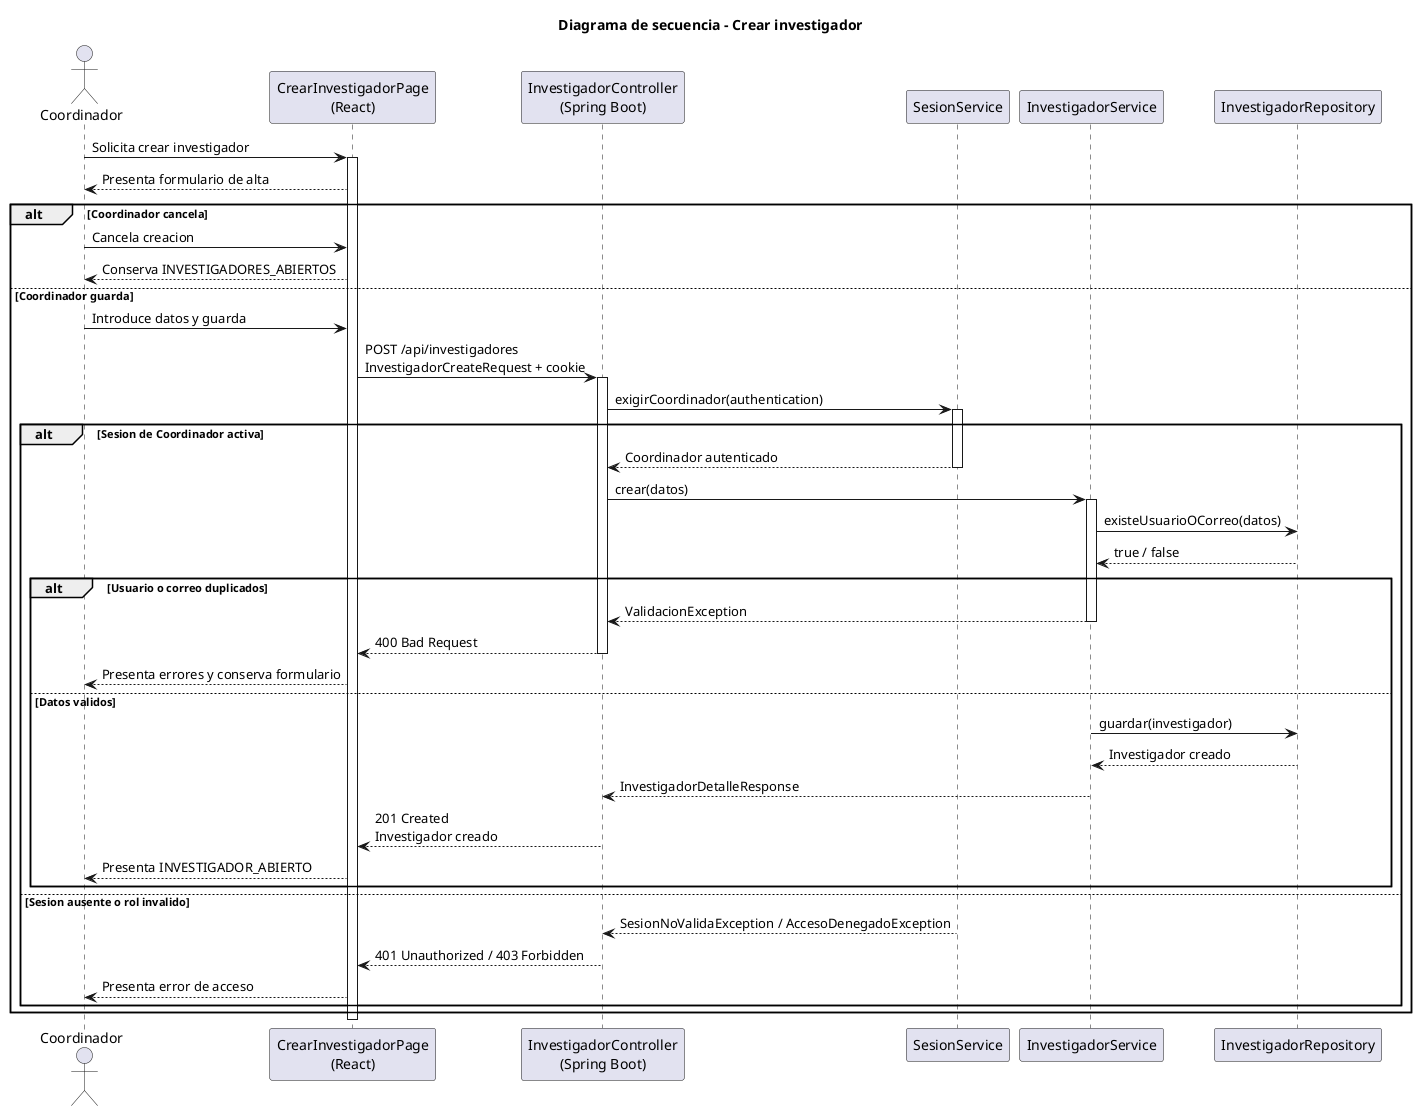
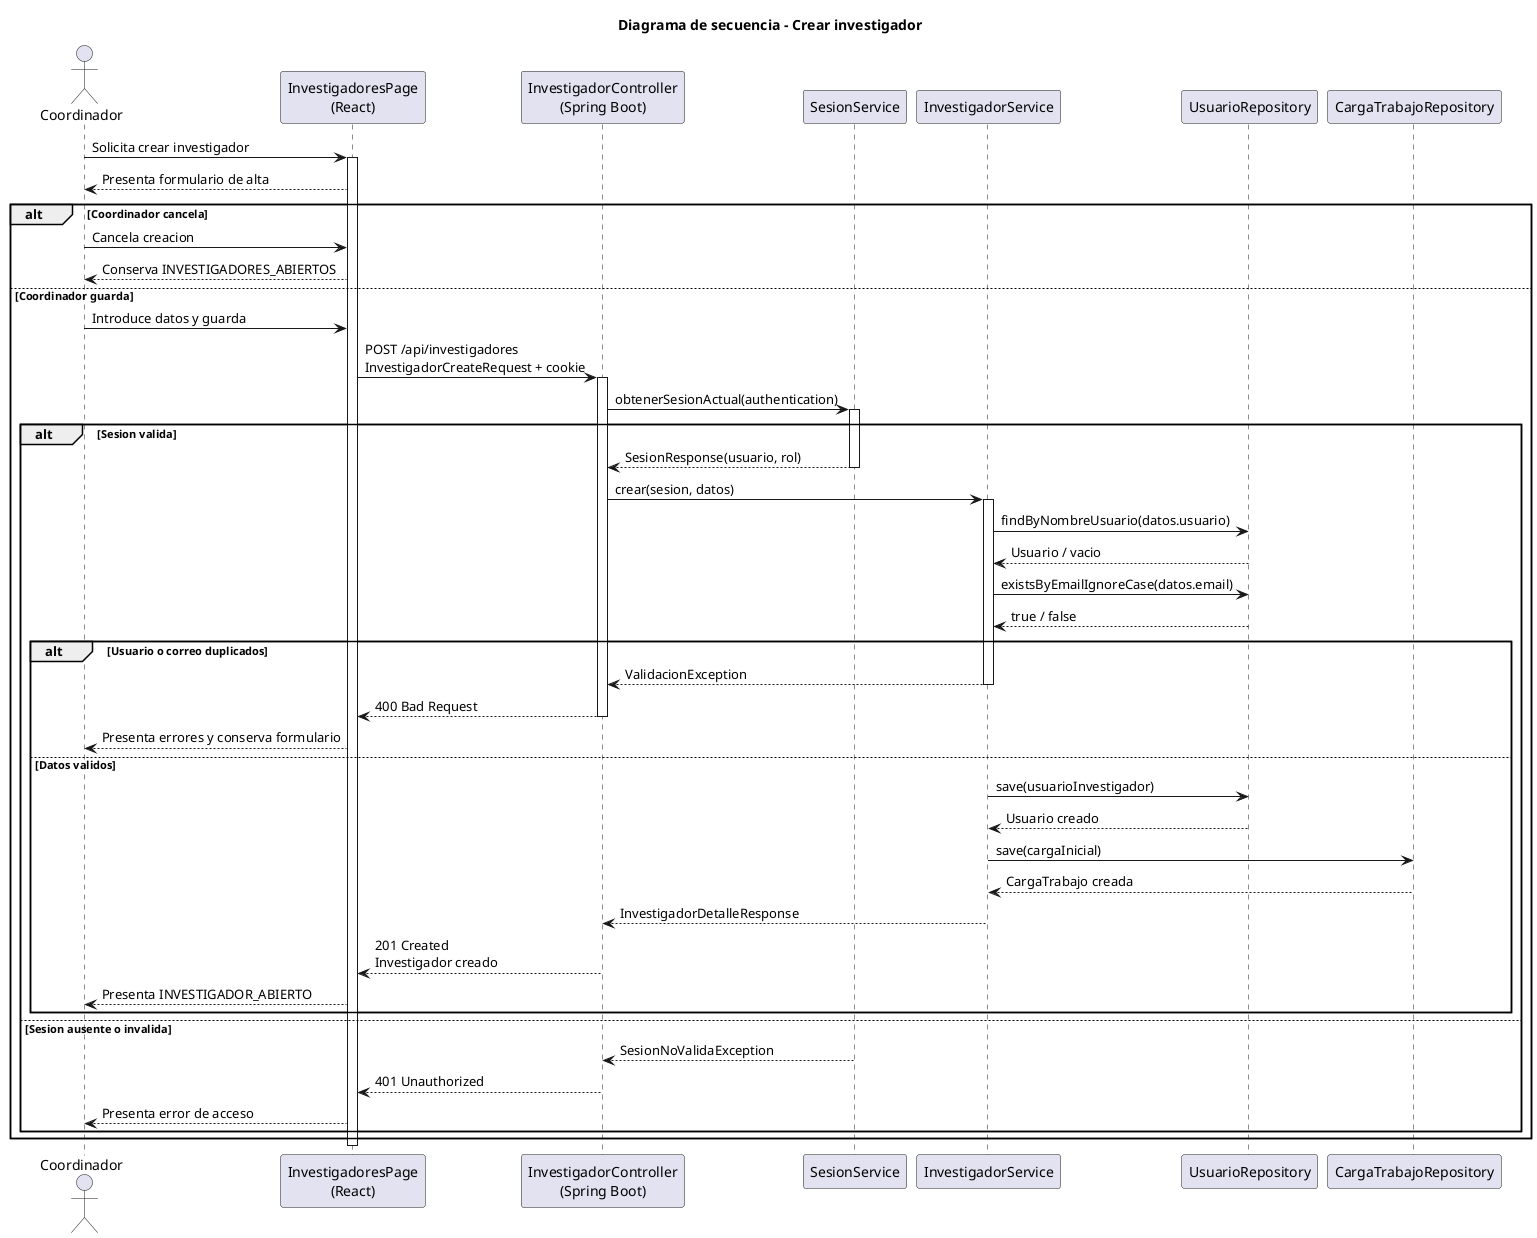
@startuml crearInvestigador-coordinador-diseno
title Diagrama de secuencia - Crear investigador

actor Coordinador
- participant "CrearInvestigadorPage\n(React)" as Frontend
+ participant "InvestigadoresPage\n(React)" as Frontend
participant "InvestigadorController\n(Spring Boot)" as Api
participant "SesionService" as Sesion
participant "InvestigadorService" as Service
- participant "InvestigadorRepository" as Repo
+ participant "UsuarioRepository" as Repo
+ participant "CargaTrabajoRepository" as CargaRepo

Coordinador -> Frontend: Solicita crear investigador
activate Frontend
Frontend --> Coordinador: Presenta formulario de alta
alt Coordinador cancela
    Coordinador -> Frontend: Cancela creacion
    Frontend --> Coordinador: Conserva INVESTIGADORES_ABIERTOS
else Coordinador guarda
    Coordinador -> Frontend: Introduce datos y guarda
    Frontend -> Api: POST /api/investigadores\nInvestigadorCreateRequest + cookie
    activate Api
-     Api -> Sesion: exigirCoordinador(authentication)
+     Api -> Sesion: obtenerSesionActual(authentication)
    activate Sesion
-     alt Sesion de Coordinador activa
-         Sesion --> Api: Coordinador autenticado
+     alt Sesion valida
+         Sesion --> Api: SesionResponse(usuario, rol)
        deactivate Sesion
-         Api -> Service: crear(datos)
+         Api -> Service: crear(sesion, datos)
        activate Service
-         Service -> Repo: existeUsuarioOCorreo(datos)
+         Service -> Repo: findByNombreUsuario(datos.usuario)
+         Repo --> Service: Usuario / vacio
+         Service -> Repo: existsByEmailIgnoreCase(datos.email)
        Repo --> Service: true / false
        alt Usuario o correo duplicados
            Service --> Api: ValidacionException
            deactivate Service
            Api --> Frontend: 400 Bad Request
            deactivate Api
            Frontend --> Coordinador: Presenta errores y conserva formulario
        else Datos validos
-             Service -> Repo: guardar(investigador)
-             Repo --> Service: Investigador creado
+             Service -> Repo: save(usuarioInvestigador)
+             Repo --> Service: Usuario creado
+             Service -> CargaRepo: save(cargaInicial)
+             CargaRepo --> Service: CargaTrabajo creada
            Service --> Api: InvestigadorDetalleResponse
            deactivate Service
            Api --> Frontend: 201 Created\nInvestigador creado
            deactivate Api
            Frontend --> Coordinador: Presenta INVESTIGADOR_ABIERTO
        end
-     else Sesion ausente o rol invalido
-         Sesion --> Api: SesionNoValidaException / AccesoDenegadoException
+     else Sesion ausente o invalida
+         Sesion --> Api: SesionNoValidaException
        deactivate Sesion
-         Api --> Frontend: 401 Unauthorized / 403 Forbidden
+         Api --> Frontend: 401 Unauthorized
        deactivate Api
        Frontend --> Coordinador: Presenta error de acceso
    end
end
deactivate Frontend
@enduml
